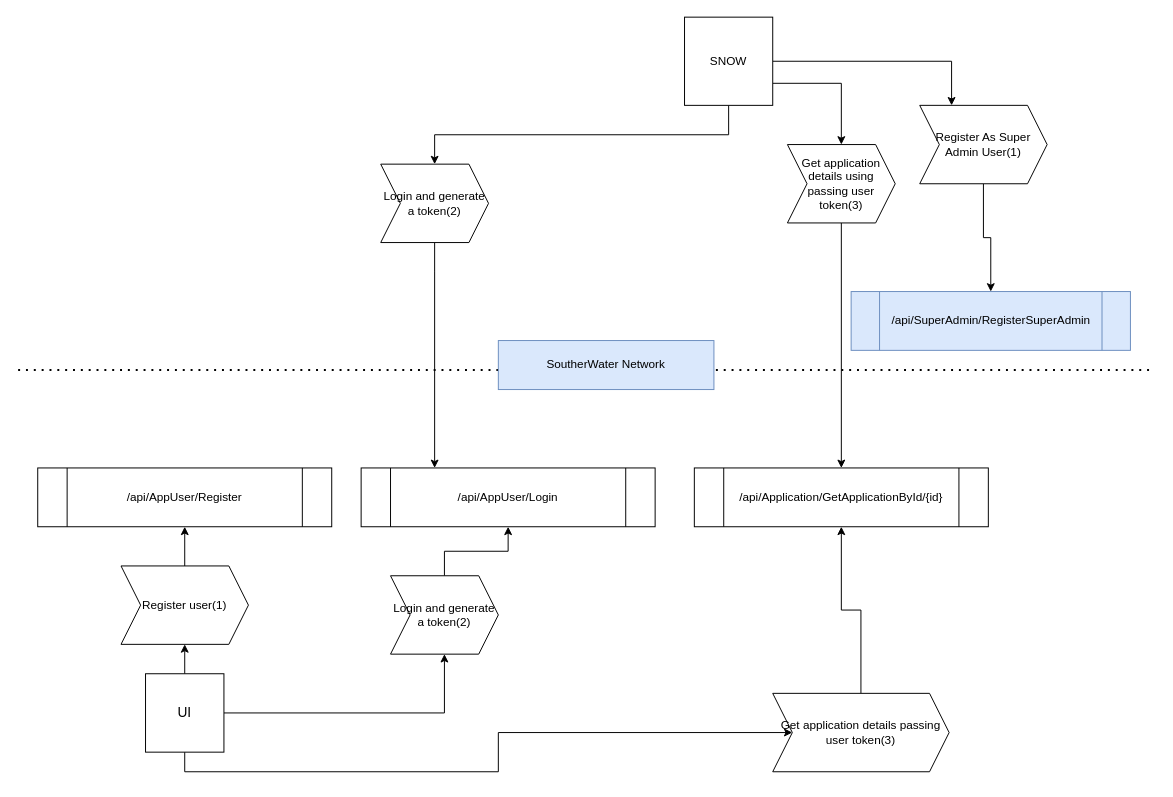
The draw.io diagram DevServicesTokenMechanism.drawio in mattwatts36/drawings, before the edit. Source tidied: cells renumbered, new cells numbered last; positions are measured from the earlier drawing's top-left corner, leaving out a move shared by most shapes. Both pictures are drawn from the tidied source at 98%, with x=0, y=0 at pixel (18, 17).
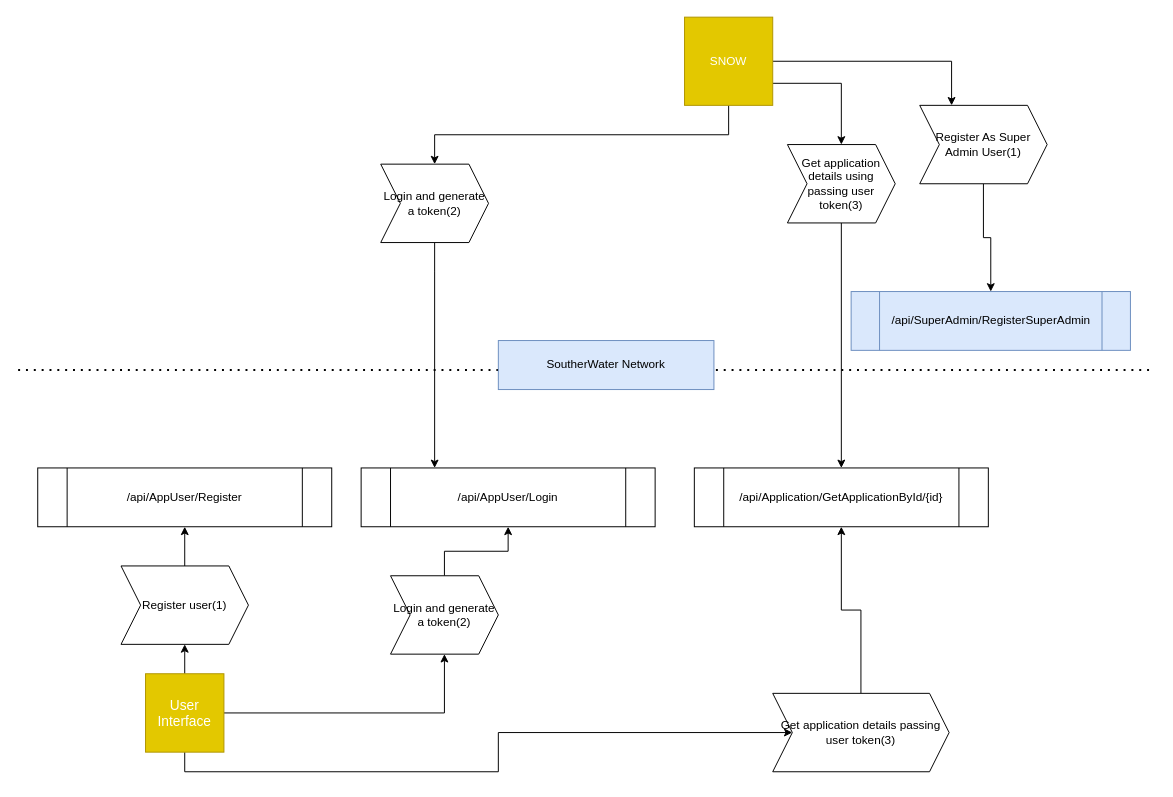
Above is the later version.

The edit, as a diff of the source:
```diff
@@
-    <mxCell id="5" value="&lt;font style=&quot;font-size: 14px&quot;&gt;UI&lt;/font&gt;" style="whiteSpace=wrap;html=1;" parent="1" vertex="1">
+    <mxCell id="5" value="&lt;font style=&quot;font-size: 14px&quot;&gt;User Interface&lt;/font&gt;" style="whiteSpace=wrap;html=1;fillColor=#e3c800;strokeColor=#B09500;fontColor=#ffffff;" parent="1" vertex="1">
       <mxGeometry x="130" y="670" width="80" height="80" as="geometry" />
     </mxCell>
@@
-    <mxCell id="9" value="SNOW" style="whiteSpace=wrap;html=1;" parent="1" vertex="1">
+    <mxCell id="9" value="SNOW" style="whiteSpace=wrap;html=1;fillColor=#e3c800;strokeColor=#B09500;fontColor=#ffffff;" parent="1" vertex="1">
       <mxGeometry x="680" width="90" height="90" as="geometry" />
     </mxCell>
```
